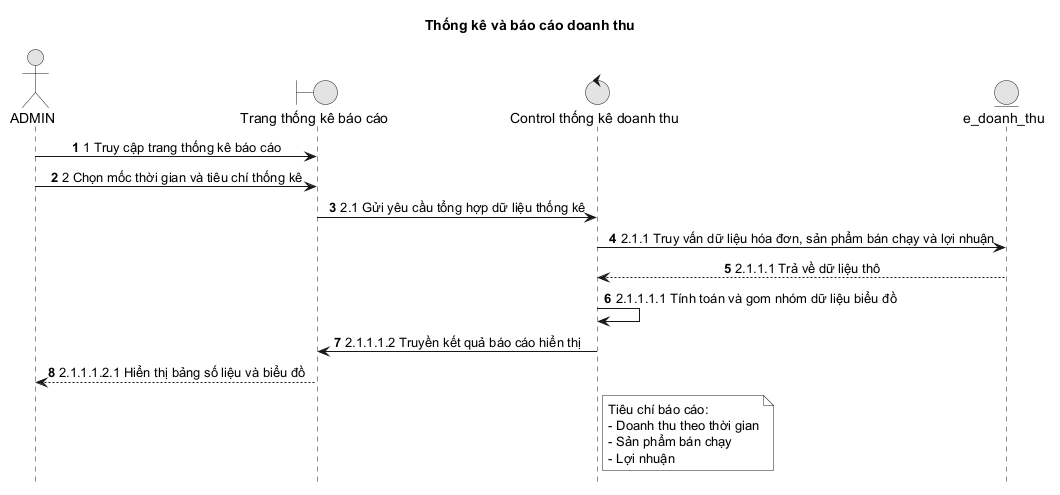
Above: docs/diagrams/sequence-new/admin/12-sales-revenue-reporting.png in duygri/do-an-htttdn-crm (PlantUML), before the change. The source it was exported from:
```plantuml
@startuml
title Thống kê và báo cáo doanh thu

autonumber
hide footbox
skinparam monochrome true
skinparam sequenceMessageAlign center
skinparam responseMessageBelowArrow true
actor ADMIN as Admin
boundary "Trang thống kê báo cáo" as Boundary
control "Control thống kê doanh thu" as Control
entity "e_doanh_thu" as Entity

Admin -> Boundary: 1 Truy cập trang thống kê báo cáo
Admin -> Boundary: 2 Chọn mốc thời gian và tiêu chí thống kê
Boundary -> Control: 2.1 Gửi yêu cầu tổng hợp dữ liệu thống kê
Control -> Entity: 2.1.1 Truy vấn dữ liệu hóa đơn, sản phẩm bán chạy và lợi nhuận
Entity --> Control: 2.1.1.1 Trả về dữ liệu thô
Control -> Control: 2.1.1.1.1 Tính toán và gom nhóm dữ liệu biểu đồ
Control -> Boundary: 2.1.1.1.2 Truyền kết quả báo cáo hiển thị
Boundary --> Admin: 2.1.1.1.2.1 Hiển thị bảng số liệu và biểu đồ

note right of Control
  Tiêu chí báo cáo:
  - Doanh thu theo thời gian
  - Sản phẩm bán chạy
  - Lợi nhuận
end note
@enduml
```
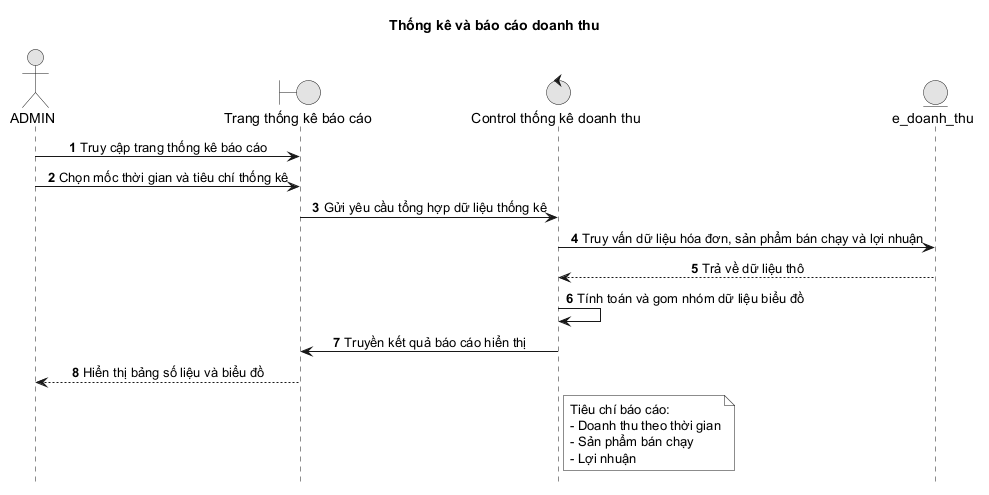
The same file after the commit.

What changed in the source:
```diff
@@ -11,14 +11,14 @@
 control "Control thống kê doanh thu" as Control
 entity "e_doanh_thu" as Entity
 
-Admin -> Boundary: 1 Truy cập trang thống kê báo cáo
-Admin -> Boundary: 2 Chọn mốc thời gian và tiêu chí thống kê
-Boundary -> Control: 2.1 Gửi yêu cầu tổng hợp dữ liệu thống kê
-Control -> Entity: 2.1.1 Truy vấn dữ liệu hóa đơn, sản phẩm bán chạy và lợi nhuận
-Entity --> Control: 2.1.1.1 Trả về dữ liệu thô
-Control -> Control: 2.1.1.1.1 Tính toán và gom nhóm dữ liệu biểu đồ
-Control -> Boundary: 2.1.1.1.2 Truyền kết quả báo cáo hiển thị
-Boundary --> Admin: 2.1.1.1.2.1 Hiển thị bảng số liệu và biểu đồ
+Admin -> Boundary: Truy cập trang thống kê báo cáo
+Admin -> Boundary: Chọn mốc thời gian và tiêu chí thống kê
+Boundary -> Control: Gửi yêu cầu tổng hợp dữ liệu thống kê
+Control -> Entity: Truy vấn dữ liệu hóa đơn, sản phẩm bán chạy và lợi nhuận
+Entity --> Control: Trả về dữ liệu thô
+Control -> Control: Tính toán và gom nhóm dữ liệu biểu đồ
+Control -> Boundary: Truyền kết quả báo cáo hiển thị
+Boundary --> Admin: Hiển thị bảng số liệu và biểu đồ
 
 note right of Control
   Tiêu chí báo cáo:
```
